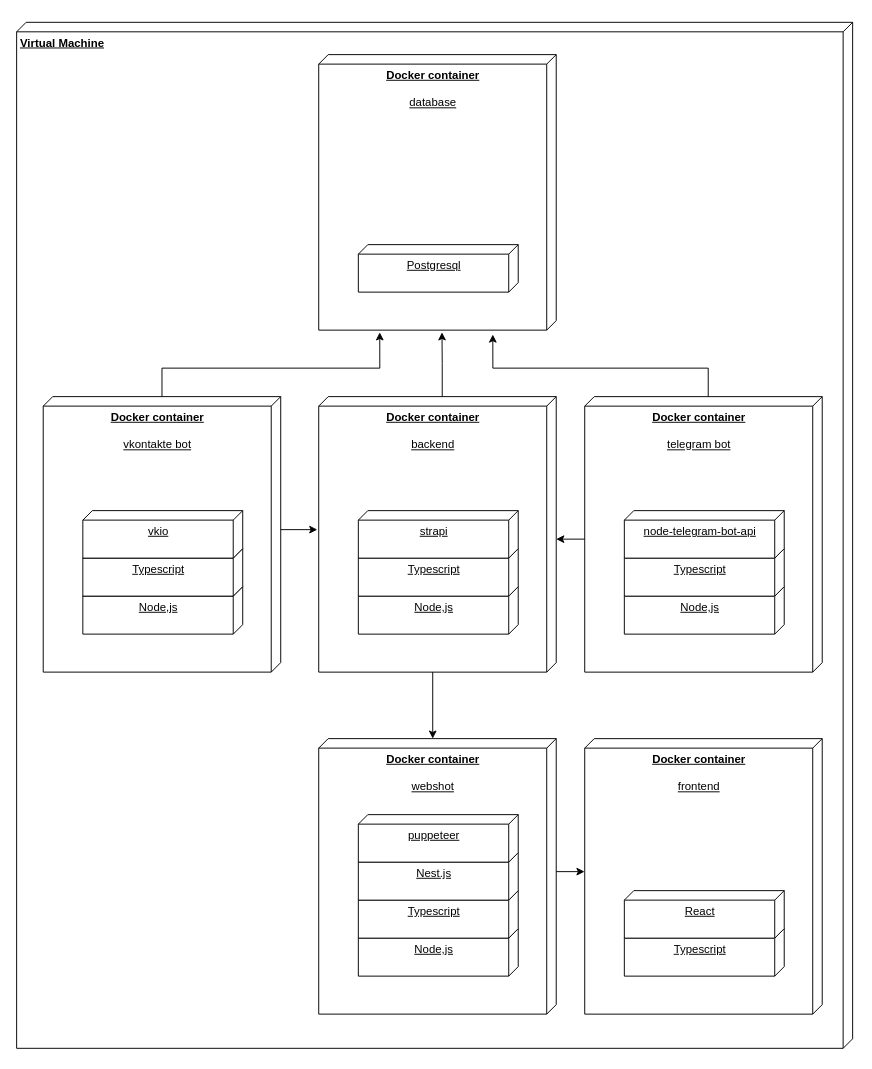
Earlier version of the draw.io diagram diagrams/deployment.drawio (onlyblank/docs). Source tidied: cells renumbered, new cells numbered last; positions are measured from the earlier drawing's top-left corner, leaving out a move shared by most shapes. Both pictures are drawn from the tidied source at 95%, with x=0, y=0 at pixel (16, 22).
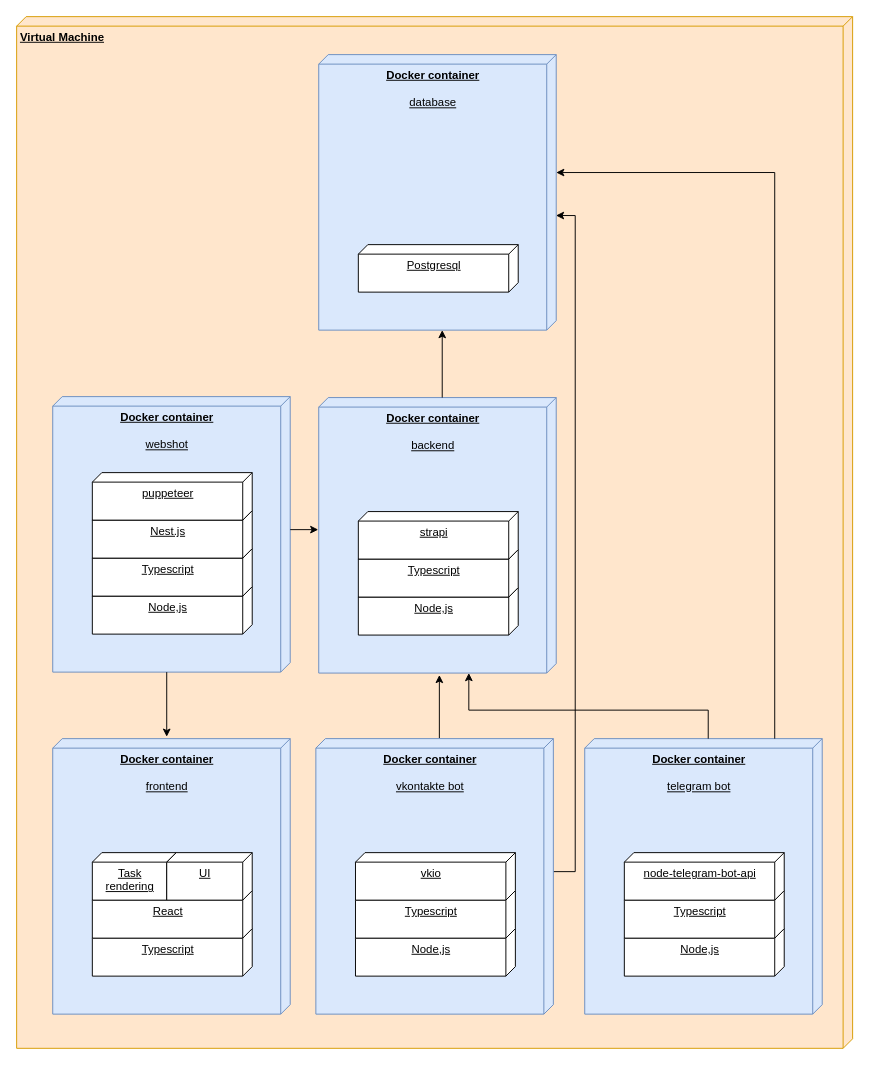
After the change.

What changed in the source:
```diff
@@
-    <mxCell id="2" value="&lt;b&gt;Virtual Machine&lt;/b&gt;" style="verticalAlign=top;align=left;spacingTop=8;spacingLeft=2;spacingRight=12;shape=cube;size=10;direction=south;fontStyle=4;html=1;" parent="1" vertex="1">
-      <mxGeometry width="880" height="1080" as="geometry" />
+    <mxCell id="2" value="&lt;b&gt;Virtual Machine&lt;/b&gt;" style="verticalAlign=top;align=left;spacingTop=8;spacingLeft=2;spacingRight=12;shape=cube;size=10;direction=south;fontStyle=4;html=1;fillColor=#ffe6cc;strokeColor=#d79b00;rounded=0;" parent="1" vertex="1">
+      <mxGeometry y="-6" width="880" height="1086" as="geometry" />
     </mxCell>
-    <mxCell id="3" style="group;" parent="1" vertex="1">
-      <mxGeometry x="28" y="394" width="250" height="290" as="geometry" />
-    </mxCell>
-    <mxCell id="4" value="&lt;div align=&quot;center&quot;&gt;&lt;b&gt;Docker container&lt;/b&gt;&lt;/div&gt;&lt;div&gt;&lt;br&gt;&lt;/div&gt;&lt;div&gt;vkontakte bot&lt;br&gt;&lt;/div&gt;" style="verticalAlign=top;align=center;spacingTop=8;spacingLeft=2;spacingRight=12;shape=cube;size=10;direction=south;fontStyle=4;html=1;" parent="3" vertex="1">
-      <mxGeometry width="250" height="290" as="geometry" />
-    </mxCell>
-    <mxCell id="5" value="&lt;div align=&quot;center&quot;&gt;Node,js&lt;/div&gt;" style="verticalAlign=top;align=center;spacingTop=8;spacingLeft=2;spacingRight=12;shape=cube;size=10;direction=south;fontStyle=4;html=1;" parent="3" vertex="1">
-      <mxGeometry x="41.7" y="200" width="168.3" height="50" as="geometry" />
-    </mxCell>
-    <mxCell id="6" value="&lt;div align=&quot;center&quot;&gt;Typescript&lt;br&gt;&lt;/div&gt;" style="verticalAlign=top;align=center;spacingTop=8;spacingLeft=2;spacingRight=12;shape=cube;size=10;direction=south;fontStyle=4;html=1;" parent="3" vertex="1">
-      <mxGeometry x="41.7" y="160" width="168.3" height="50" as="geometry" />
-    </mxCell>
-    <mxCell id="7" value="vkio" style="verticalAlign=top;align=center;spacingTop=8;spacingLeft=2;spacingRight=12;shape=cube;size=10;direction=south;fontStyle=4;html=1;" parent="3" vertex="1">
-      <mxGeometry x="41.7" y="120" width="168.3" height="50" as="geometry" />
-    </mxCell>
-    <mxCell id="8" style="group;" parent="1" vertex="1">
-      <mxGeometry x="318" y="754" width="490" height="310" as="geometry" />
+    <mxCell id="8" style="group;rounded=0;" parent="1" vertex="1">
+      <mxGeometry x="38" y="394" width="490" height="310" as="geometry" />
     </mxCell>
-    <mxCell id="9" value="&lt;div align=&quot;center&quot;&gt;&lt;b&gt;Docker container&lt;/b&gt;&lt;/div&gt;&lt;div&gt;&lt;br&gt;&lt;/div&gt;&lt;div&gt;webshot&lt;br&gt;&lt;/div&gt;" style="verticalAlign=top;align=center;spacingTop=8;spacingLeft=2;spacingRight=12;shape=cube;size=10;direction=south;fontStyle=4;html=1;" parent="8" vertex="1">
+    <mxCell id="9" value="&lt;div align=&quot;center&quot;&gt;&lt;b&gt;Docker container&lt;/b&gt;&lt;/div&gt;&lt;div&gt;&lt;br&gt;&lt;/div&gt;&lt;div&gt;webshot&lt;br&gt;&lt;/div&gt;" style="verticalAlign=top;align=center;spacingTop=8;spacingLeft=2;spacingRight=12;shape=cube;size=10;direction=south;fontStyle=4;html=1;fillColor=#dae8fc;strokeColor=#6c8ebf;rounded=0;" parent="8" vertex="1">
       <mxGeometry width="250" height="290" as="geometry" />
     </mxCell>
-    <mxCell id="10" value="&lt;div align=&quot;center&quot;&gt;Node,js&lt;/div&gt;" style="verticalAlign=top;align=center;spacingTop=8;spacingLeft=2;spacingRight=12;shape=cube;size=10;direction=south;fontStyle=4;html=1;" parent="8" vertex="1">
+    <mxCell id="10" value="&lt;div align=&quot;center&quot;&gt;Node,js&lt;/div&gt;" style="verticalAlign=top;align=center;spacingTop=8;spacingLeft=2;spacingRight=12;shape=cube;size=10;direction=south;fontStyle=4;html=1;rounded=0;" parent="8" vertex="1">
       <mxGeometry x="41.7" y="200" width="168.3" height="50" as="geometry" />
     </mxCell>
-    <mxCell id="11" value="&lt;div align=&quot;center&quot;&gt;Typescript&lt;br&gt;&lt;/div&gt;" style="verticalAlign=top;align=center;spacingTop=8;spacingLeft=2;spacingRight=12;shape=cube;size=10;direction=south;fontStyle=4;html=1;" parent="8" vertex="1">
+    <mxCell id="11" value="&lt;div align=&quot;center&quot;&gt;Typescript&lt;br&gt;&lt;/div&gt;" style="verticalAlign=top;align=center;spacingTop=8;spacingLeft=2;spacingRight=12;shape=cube;size=10;direction=south;fontStyle=4;html=1;rounded=0;" parent="8" vertex="1">
       <mxGeometry x="41.7" y="160" width="168.3" height="50" as="geometry" />
     </mxCell>
-    <mxCell id="12" value="Nest.js" style="verticalAlign=top;align=center;spacingTop=8;spacingLeft=2;spacingRight=12;shape=cube;size=10;direction=south;fontStyle=4;html=1;" parent="8" vertex="1">
+    <mxCell id="12" value="Nest.js" style="verticalAlign=top;align=center;spacingTop=8;spacingLeft=2;spacingRight=12;shape=cube;size=10;direction=south;fontStyle=4;html=1;rounded=0;" parent="8" vertex="1">
       <mxGeometry x="41.7" y="120" width="168.3" height="50" as="geometry" />
     </mxCell>
-    <mxCell id="13" value="puppeteer" style="verticalAlign=top;align=center;spacingTop=8;spacingLeft=2;spacingRight=12;shape=cube;size=10;direction=south;fontStyle=4;html=1;" parent="8" vertex="1">
+    <mxCell id="13" value="puppeteer" style="verticalAlign=top;align=center;spacingTop=8;spacingLeft=2;spacingRight=12;shape=cube;size=10;direction=south;fontStyle=4;html=1;rounded=0;" parent="8" vertex="1">
       <mxGeometry x="41.7" y="80" width="168.3" height="50" as="geometry" />
     </mxCell>
-    <mxCell id="14" style="group;" parent="1" vertex="1">
+    <mxCell id="14" style="group;rounded=0;" parent="1" vertex="1">
       <mxGeometry x="318" y="34" width="250" height="290" as="geometry" />
     </mxCell>
-    <mxCell id="15" value="&lt;div align=&quot;center&quot;&gt;&lt;b&gt;Docker container&lt;/b&gt;&lt;/div&gt;&lt;div&gt;&lt;br&gt;&lt;/div&gt;&lt;div&gt;database&lt;br&gt;&lt;/div&gt;" style="verticalAlign=top;align=center;spacingTop=8;spacingLeft=2;spacingRight=12;shape=cube;size=10;direction=south;fontStyle=4;html=1;" parent="14" vertex="1">
+    <mxCell id="15" value="&lt;div align=&quot;center&quot;&gt;&lt;b&gt;Docker container&lt;/b&gt;&lt;/div&gt;&lt;div&gt;&lt;br&gt;&lt;/div&gt;&lt;div&gt;database&lt;br&gt;&lt;/div&gt;" style="verticalAlign=top;align=center;spacingTop=8;spacingLeft=2;spacingRight=12;shape=cube;size=10;direction=south;fontStyle=4;html=1;fillColor=#dae8fc;strokeColor=#6c8ebf;rounded=0;" parent="14" vertex="1">
       <mxGeometry width="250" height="290" as="geometry" />
     </mxCell>
-    <mxCell id="16" value="Postgresql" style="verticalAlign=top;align=center;spacingTop=8;spacingLeft=2;spacingRight=12;shape=cube;size=10;direction=south;fontStyle=4;html=1;" parent="14" vertex="1">
+    <mxCell id="16" value="Postgresql" style="verticalAlign=top;align=center;spacingTop=8;spacingLeft=2;spacingRight=12;shape=cube;size=10;direction=south;fontStyle=4;html=1;rounded=0;" parent="14" vertex="1">
       <mxGeometry x="41.7" y="200" width="168.3" height="50" as="geometry" />
     </mxCell>
-    <mxCell id="17" style="group;" parent="1" vertex="1">
-      <mxGeometry x="318" y="394" width="565" height="690" as="geometry" />
-    </mxCell>
-    <mxCell id="18" value="&lt;div align=&quot;center&quot;&gt;&lt;b&gt;Docker container&lt;/b&gt;&lt;/div&gt;&lt;div&gt;&lt;br&gt;&lt;/div&gt;&lt;div&gt;backend&lt;br&gt;&lt;/div&gt;" style="verticalAlign=top;align=center;spacingTop=8;spacingLeft=2;spacingRight=12;shape=cube;size=10;direction=south;fontStyle=4;html=1;" parent="17" vertex="1">
-      <mxGeometry width="250" height="290" as="geometry" />
-    </mxCell>
-    <mxCell id="19" value="&lt;div align=&quot;center&quot;&gt;Node,js&lt;/div&gt;" style="verticalAlign=top;align=center;spacingTop=8;spacingLeft=2;spacingRight=12;shape=cube;size=10;direction=south;fontStyle=4;html=1;" parent="17" vertex="1">
-      <mxGeometry x="41.7" y="200" width="168.3" height="50" as="geometry" />
-    </mxCell>
-    <mxCell id="20" value="&lt;div align=&quot;center&quot;&gt;Typescript&lt;br&gt;&lt;/div&gt;" style="verticalAlign=top;align=center;spacingTop=8;spacingLeft=2;spacingRight=12;shape=cube;size=10;direction=south;fontStyle=4;html=1;" parent="17" vertex="1">
-      <mxGeometry x="41.7" y="160" width="168.3" height="50" as="geometry" />
-    </mxCell>
-    <mxCell id="21" value="strapi" style="verticalAlign=top;align=center;spacingTop=8;spacingLeft=2;spacingRight=12;shape=cube;size=10;direction=south;fontStyle=4;html=1;" parent="17" vertex="1">
-      <mxGeometry x="41.7" y="120" width="168.3" height="50" as="geometry" />
-    </mxCell>
-    <mxCell id="22" style="group;" parent="1" vertex="1">
-      <mxGeometry x="598" y="394" width="250" height="290" as="geometry" />
+    <mxCell id="22" style="group;rounded=0;" parent="1" vertex="1">
+      <mxGeometry x="598" y="754" width="250" height="290" as="geometry" />
     </mxCell>
-    <mxCell id="23" value="&lt;div align=&quot;center&quot;&gt;&lt;b&gt;Docker container&lt;/b&gt;&lt;/div&gt;&lt;div&gt;&lt;br&gt;&lt;/div&gt;&lt;div&gt;telegram bot&lt;br&gt;&lt;/div&gt;" style="verticalAlign=top;align=center;spacingTop=8;spacingLeft=2;spacingRight=12;shape=cube;size=10;direction=south;fontStyle=4;html=1;" parent="22" vertex="1">
+    <mxCell id="23" value="&lt;div align=&quot;center&quot;&gt;&lt;b&gt;Docker container&lt;/b&gt;&lt;/div&gt;&lt;div&gt;&lt;br&gt;&lt;/div&gt;&lt;div&gt;telegram bot&lt;br&gt;&lt;/div&gt;" style="verticalAlign=top;align=center;spacingTop=8;spacingLeft=2;spacingRight=12;shape=cube;size=10;direction=south;fontStyle=4;html=1;fillColor=#dae8fc;strokeColor=#6c8ebf;rounded=0;" parent="22" vertex="1">
       <mxGeometry width="250" height="290" as="geometry" />
     </mxCell>
-    <mxCell id="24" value="&lt;div align=&quot;center&quot;&gt;Node,js&lt;/div&gt;" style="verticalAlign=top;align=center;spacingTop=8;spacingLeft=2;spacingRight=12;shape=cube;size=10;direction=south;fontStyle=4;html=1;" parent="22" vertex="1">
+    <mxCell id="24" value="&lt;div align=&quot;center&quot;&gt;Node,js&lt;/div&gt;" style="verticalAlign=top;align=center;spacingTop=8;spacingLeft=2;spacingRight=12;shape=cube;size=10;direction=south;fontStyle=4;html=1;rounded=0;" parent="22" vertex="1">
       <mxGeometry x="41.7" y="200" width="168.3" height="50" as="geometry" />
     </mxCell>
-    <mxCell id="25" value="&lt;div align=&quot;center&quot;&gt;Typescript&lt;br&gt;&lt;/div&gt;" style="verticalAlign=top;align=center;spacingTop=8;spacingLeft=2;spacingRight=12;shape=cube;size=10;direction=south;fontStyle=4;html=1;" parent="22" vertex="1">
+    <mxCell id="25" value="&lt;div align=&quot;center&quot;&gt;Typescript&lt;br&gt;&lt;/div&gt;" style="verticalAlign=top;align=center;spacingTop=8;spacingLeft=2;spacingRight=12;shape=cube;size=10;direction=south;fontStyle=4;html=1;rounded=0;" parent="22" vertex="1">
       <mxGeometry x="41.7" y="160" width="168.3" height="50" as="geometry" />
     </mxCell>
-    <mxCell id="26" value="node-telegram-bot-api" style="verticalAlign=top;align=center;spacingTop=8;spacingLeft=2;spacingRight=12;shape=cube;size=10;direction=south;fontStyle=4;html=1;" parent="22" vertex="1">
+    <mxCell id="26" value="node-telegram-bot-api" style="verticalAlign=top;align=center;spacingTop=8;spacingLeft=2;spacingRight=12;shape=cube;size=10;direction=south;fontStyle=4;html=1;rounded=0;" parent="22" vertex="1">
       <mxGeometry x="41.7" y="120" width="168.3" height="50" as="geometry" />
     </mxCell>
-    <mxCell id="27" style="group;" parent="1" vertex="1">
-      <mxGeometry x="598" y="754" width="250" height="290" as="geometry" />
+    <mxCell id="27" style="group;rounded=0;" parent="1" vertex="1">
+      <mxGeometry x="38" y="754" width="250" height="290" as="geometry" />
     </mxCell>
-    <mxCell id="28" value="&lt;div align=&quot;center&quot;&gt;&lt;b&gt;Docker container&lt;/b&gt;&lt;/div&gt;&lt;div&gt;&lt;br&gt;&lt;/div&gt;&lt;div&gt;frontend&lt;br&gt;&lt;/div&gt;" style="verticalAlign=top;align=center;spacingTop=8;spacingLeft=2;spacingRight=12;shape=cube;size=10;direction=south;fontStyle=4;html=1;" parent="27" vertex="1">
+    <mxCell id="28" value="&lt;div align=&quot;center&quot;&gt;&lt;b&gt;Docker container&lt;/b&gt;&lt;/div&gt;&lt;div&gt;&lt;br&gt;&lt;/div&gt;&lt;div&gt;frontend&lt;br&gt;&lt;/div&gt;" style="verticalAlign=top;align=center;spacingTop=8;spacingLeft=2;spacingRight=12;shape=cube;size=10;direction=south;fontStyle=4;html=1;fillColor=#dae8fc;strokeColor=#6c8ebf;rounded=0;" parent="27" vertex="1">
       <mxGeometry width="250" height="290" as="geometry" />
     </mxCell>
-    <mxCell id="29" value="Typescript" style="verticalAlign=top;align=center;spacingTop=8;spacingLeft=2;spacingRight=12;shape=cube;size=10;direction=south;fontStyle=4;html=1;" parent="27" vertex="1">
+    <mxCell id="29" value="Typescript" style="verticalAlign=top;align=center;spacingTop=8;spacingLeft=2;spacingRight=12;shape=cube;size=10;direction=south;fontStyle=4;html=1;rounded=0;" parent="27" vertex="1">
       <mxGeometry x="41.7" y="200" width="168.3" height="50" as="geometry" />
     </mxCell>
-    <mxCell id="30" value="React" style="verticalAlign=top;align=center;spacingTop=8;spacingLeft=2;spacingRight=12;shape=cube;size=10;direction=south;fontStyle=4;html=1;" parent="27" vertex="1">
+    <mxCell id="30" value="React" style="verticalAlign=top;align=center;spacingTop=8;spacingLeft=2;spacingRight=12;shape=cube;size=10;direction=south;fontStyle=4;html=1;rounded=0;" parent="27" vertex="1">
       <mxGeometry x="41.7" y="160" width="168.3" height="50" as="geometry" />
     </mxCell>
-    <mxCell id="31" style="edgeStyle=orthogonalEdgeStyle;rounded=0;jettySize=auto;html=1;exitX=0;exitY=0;exitDx=0;exitDy=120;exitPerimeter=0;entryX=1.016;entryY=0.267;entryDx=0;entryDy=0;entryPerimeter=0;" parent="1" edge="1" source="23" target="15">
-      <mxGeometry relative="1" as="geometry">
-        <Array as="points">
-          <mxPoint x="728" y="364" />
-          <mxPoint x="501" y="364" />
-        </Array>
-      </mxGeometry>
-    </mxCell>
-    <mxCell id="32" style="edgeStyle=orthogonalEdgeStyle;rounded=0;jettySize=auto;html=1;exitX=0;exitY=0;exitDx=0;exitDy=120;exitPerimeter=0;entryX=1.008;entryY=0.481;entryDx=0;entryDy=0;entryPerimeter=0;" parent="1" edge="1" source="18" target="15">
-      <mxGeometry relative="1" as="geometry" />
-    </mxCell>
-    <mxCell id="33" style="edgeStyle=orthogonalEdgeStyle;rounded=0;jettySize=auto;html=1;entryX=1.008;entryY=0.743;entryDx=0;entryDy=0;entryPerimeter=0;" parent="1" edge="1" source="4" target="15">
-      <mxGeometry relative="1" as="geometry">
-        <Array as="points">
-          <mxPoint x="153" y="364" />
-          <mxPoint x="382" y="364" />
-        </Array>
-      </mxGeometry>
-    </mxCell>
+    <mxCell id="38" value="Task&lt;br&gt;rendering" style="verticalAlign=top;align=center;spacingTop=8;spacingLeft=2;spacingRight=12;shape=cube;size=10;direction=south;fontStyle=4;html=1;rounded=0;" parent="27" vertex="1">
+      <mxGeometry x="41.7" y="120" width="88.3" height="50" as="geometry" />
+    </mxCell>
+    <mxCell id="39" value="UI" style="verticalAlign=top;align=center;spacingTop=8;spacingLeft=2;spacingRight=12;shape=cube;size=10;direction=south;fontStyle=4;html=1;rounded=0;" parent="27" vertex="1">
+      <mxGeometry x="120" y="120" width="90" height="50" as="geometry" />
+    </mxCell>
+    <mxCell id="36" style="edgeStyle=orthogonalEdgeStyle;rounded=0;jettySize=auto;html=1;exitX=0;exitY=0;exitDx=290;exitDy=130;exitPerimeter=0;entryX=-0.007;entryY=0.52;entryDx=0;entryDy=0;entryPerimeter=0;" parent="1" edge="1" source="9" target="28">
+      <mxGeometry relative="1" as="geometry" />
+    </mxCell>
+    <mxCell id="40" style="group;rounded=0;" parent="1" vertex="1">
+      <mxGeometry x="318" y="395" width="250" height="290" as="geometry" />
+    </mxCell>
+    <mxCell id="18" value="&lt;div align=&quot;center&quot;&gt;&lt;b&gt;Docker container&lt;/b&gt;&lt;/div&gt;&lt;div&gt;&lt;br&gt;&lt;/div&gt;&lt;div&gt;backend&lt;br&gt;&lt;/div&gt;" style="verticalAlign=top;align=center;spacingTop=8;spacingLeft=2;spacingRight=12;shape=cube;size=10;direction=south;fontStyle=4;html=1;fillColor=#dae8fc;strokeColor=#6c8ebf;rounded=0;" parent="40" vertex="1">
+      <mxGeometry width="250" height="290" as="geometry" />
+    </mxCell>
+    <mxCell id="19" value="&lt;div align=&quot;center&quot;&gt;Node,js&lt;/div&gt;" style="verticalAlign=top;align=center;spacingTop=8;spacingLeft=2;spacingRight=12;shape=cube;size=10;direction=south;fontStyle=4;html=1;rounded=0;" parent="40" vertex="1">
+      <mxGeometry x="41.7" y="200" width="168.3" height="50" as="geometry" />
+    </mxCell>
+    <mxCell id="20" value="&lt;div align=&quot;center&quot;&gt;Typescript&lt;br&gt;&lt;/div&gt;" style="verticalAlign=top;align=center;spacingTop=8;spacingLeft=2;spacingRight=12;shape=cube;size=10;direction=south;fontStyle=4;html=1;rounded=0;" parent="40" vertex="1">
+      <mxGeometry x="41.7" y="160" width="168.3" height="50" as="geometry" />
+    </mxCell>
+    <mxCell id="21" value="strapi" style="verticalAlign=top;align=center;spacingTop=8;spacingLeft=2;spacingRight=12;shape=cube;size=10;direction=south;fontStyle=4;html=1;rounded=0;" parent="40" vertex="1">
+      <mxGeometry x="41.7" y="120" width="168.3" height="50" as="geometry" />
+    </mxCell>
-    <mxCell id="34" style="edgeStyle=orthogonalEdgeStyle;rounded=0;jettySize=auto;html=1;exitX=0;exitY=0;exitDx=140;exitDy=0;exitPerimeter=0;entryX=0.485;entryY=1.006;entryDx=0;entryDy=0;entryPerimeter=0;" parent="1" edge="1" source="4" target="18">
+    <mxCell id="34" style="edgeStyle=orthogonalEdgeStyle;rounded=0;jettySize=auto;html=1;exitX=0;exitY=0;exitDx=0;exitDy=120;exitPerimeter=0;entryX=1.007;entryY=0.492;entryDx=0;entryDy=0;entryPerimeter=0;" parent="1" edge="1" source="4" target="18">
       <mxGeometry relative="1" as="geometry" />
     </mxCell>
-    <mxCell id="35" style="edgeStyle=orthogonalEdgeStyle;rounded=0;jettySize=auto;html=1;exitX=0;exitY=0;exitDx=150;exitDy=250;exitPerimeter=0;entryX=0.517;entryY=0;entryDx=0;entryDy=0;entryPerimeter=0;" parent="1" edge="1" source="23" target="18">
-      <mxGeometry relative="1" as="geometry" />
+    <mxCell id="35" style="edgeStyle=orthogonalEdgeStyle;rounded=0;jettySize=auto;html=1;exitX=0;exitY=0;exitDx=0;exitDy=120;exitPerimeter=0;entryX=1;entryY=0.368;entryDx=0;entryDy=0;entryPerimeter=0;" parent="1" edge="1" source="23" target="18">
+      <mxGeometry relative="1" as="geometry">
+        <Array as="points">
+          <mxPoint x="728" y="724" />
+          <mxPoint x="476" y="724" />
+        </Array>
+      </mxGeometry>
     </mxCell>
-    <mxCell id="36" style="edgeStyle=orthogonalEdgeStyle;rounded=0;jettySize=auto;html=1;exitX=0;exitY=0;exitDx=140;exitDy=0;exitPerimeter=0;entryX=0.481;entryY=1.001;entryDx=0;entryDy=0;entryPerimeter=0;" parent="1" edge="1" source="9" target="28">
-      <mxGeometry relative="1" as="geometry" />
-    </mxCell>
-    <mxCell id="37" style="edgeStyle=orthogonalEdgeStyle;rounded=0;jettySize=auto;html=1;exitX=0;exitY=0;exitDx=290;exitDy=130;exitPerimeter=0;entryX=0;entryY=0.52;entryDx=0;entryDy=0;entryPerimeter=0;" parent="1" edge="1" source="18" target="9">
-      <mxGeometry relative="1" as="geometry" />
-    </mxCell>
+    <mxCell id="41" style="edgeStyle=orthogonalEdgeStyle;rounded=0;jettySize=auto;html=1;exitX=0;exitY=0;exitDx=140;exitDy=0;exitPerimeter=0;entryX=0.481;entryY=1.002;entryDx=0;entryDy=0;entryPerimeter=0;" parent="1" edge="1" source="9" target="18">
+      <mxGeometry relative="1" as="geometry" />
+    </mxCell>
+    <mxCell id="32" style="edgeStyle=orthogonalEdgeStyle;rounded=0;jettySize=auto;html=1;exitX=0;exitY=0;exitDx=0;exitDy=120;exitPerimeter=0;entryX=1;entryY=0.48;entryDx=0;entryDy=0;entryPerimeter=0;" parent="1" edge="1" source="18" target="15">
+      <mxGeometry relative="1" as="geometry" />
+    </mxCell>
+    <mxCell id="42" style="edgeStyle=orthogonalEdgeStyle;rounded=0;jettySize=auto;html=1;entryX=0.428;entryY=0;entryDx=0;entryDy=0;entryPerimeter=0;" parent="1" edge="1" target="15">
+      <mxGeometry relative="1" as="geometry">
+        <mxPoint x="798" y="754" as="sourcePoint" />
+        <Array as="points">
+          <mxPoint x="798" y="754" />
+          <mxPoint x="798" y="158" />
+        </Array>
+      </mxGeometry>
+    </mxCell>
+    <mxCell id="33" style="edgeStyle=orthogonalEdgeStyle;rounded=0;jettySize=auto;html=1;exitX=0;exitY=0;exitDx=140;exitDy=0;exitPerimeter=0;entryX=0.584;entryY=0.001;entryDx=0;entryDy=0;entryPerimeter=0;" parent="1" edge="1" source="4" target="15">
+      <mxGeometry relative="1" as="geometry">
+        <Array as="points">
+          <mxPoint x="588" y="894" />
+          <mxPoint x="588" y="204" />
+          <mxPoint x="568" y="204" />
+        </Array>
+      </mxGeometry>
+    </mxCell>
+    <mxCell id="43" style="group;" parent="1" vertex="1">
+      <mxGeometry x="315" y="754" width="250" height="290" as="geometry" />
+    </mxCell>
+    <mxCell id="4" value="&lt;div align=&quot;center&quot;&gt;&lt;b&gt;Docker container&lt;/b&gt;&lt;/div&gt;&lt;div&gt;&lt;br&gt;&lt;/div&gt;&lt;div&gt;vkontakte bot&lt;br&gt;&lt;/div&gt;" style="verticalAlign=top;align=center;spacingTop=8;spacingLeft=2;spacingRight=12;shape=cube;size=10;direction=south;fontStyle=4;html=1;fillColor=#dae8fc;strokeColor=#6c8ebf;rounded=0;sketch=0;" parent="43" vertex="1">
+      <mxGeometry width="250" height="290" as="geometry" />
+    </mxCell>
+    <mxCell id="5" value="&lt;div align=&quot;center&quot;&gt;Node,js&lt;/div&gt;" style="verticalAlign=top;align=center;spacingTop=8;spacingLeft=2;spacingRight=12;shape=cube;size=10;direction=south;fontStyle=4;html=1;rounded=0;" parent="43" vertex="1">
+      <mxGeometry x="41.7" y="200" width="168.3" height="50" as="geometry" />
+    </mxCell>
+    <mxCell id="6" value="&lt;div align=&quot;center&quot;&gt;Typescript&lt;br&gt;&lt;/div&gt;" style="verticalAlign=top;align=center;spacingTop=8;spacingLeft=2;spacingRight=12;shape=cube;size=10;direction=south;fontStyle=4;html=1;rounded=0;" parent="43" vertex="1">
+      <mxGeometry x="41.7" y="160" width="168.3" height="50" as="geometry" />
+    </mxCell>
+    <mxCell id="7" value="vkio" style="verticalAlign=top;align=center;spacingTop=8;spacingLeft=2;spacingRight=12;shape=cube;size=10;direction=south;fontStyle=4;html=1;rounded=0;" parent="43" vertex="1">
+      <mxGeometry x="41.7" y="120" width="168.3" height="50" as="geometry" />
+    </mxCell>
```
